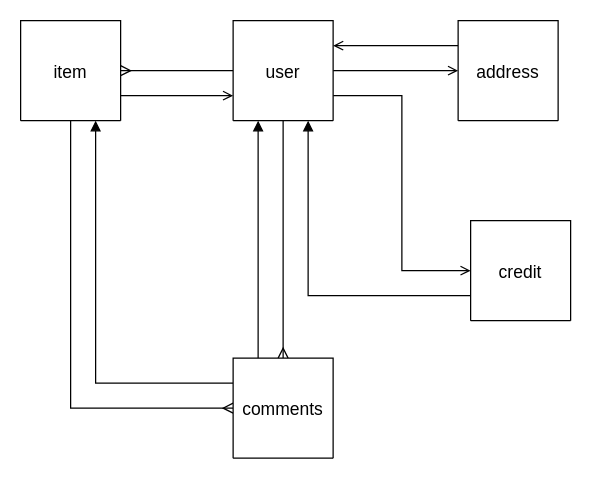
Before: test.dio in wagadayon/hurima-31900, a draw.io diagram. Source tidied: cells renumbered, new cells numbered last; positions are measured from the earlier drawing's top-left corner, leaving out a move shared by most shapes. Both pictures are drawn from the tidied source at 125%, with x=0, y=0 at pixel (20, 20).
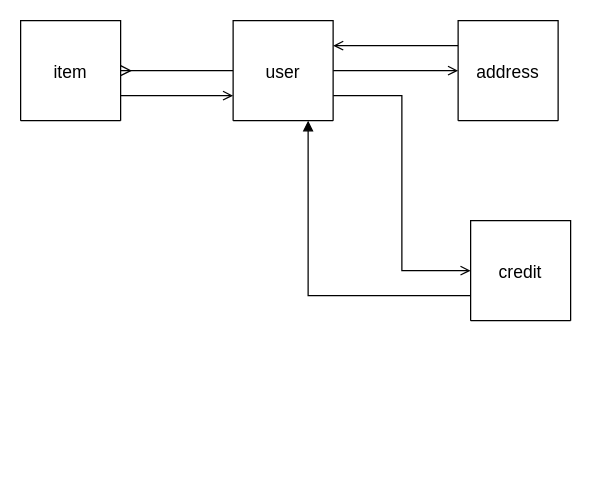
After the change.

What changed in the source:
```diff
@@
 <mxGraphModel>
   <root>
     <mxCell id="0" />
     <mxCell id="1" parent="0" />
     <mxCell id="2" style="edgeStyle=orthogonalEdgeStyle;rounded=0;jettySize=auto;html=1;exitX=0;exitY=0.5;exitDx=0;exitDy=0;entryX=1;entryY=0.5;entryDx=0;entryDy=0;endArrow=ERmany;endFill=0;" parent="1" edge="1" source="6" target="13">
       <mxGeometry relative="1" as="geometry" />
     </mxCell>
-    <mxCell id="3" style="edgeStyle=orthogonalEdgeStyle;rounded=0;jettySize=auto;html=1;exitX=0.5;exitY=1;exitDx=0;exitDy=0;entryX=0.5;entryY=0;entryDx=0;entryDy=0;endArrow=ERmany;endFill=0;" parent="1" edge="1" source="6" target="16">
+    <mxCell id="3" style="edgeStyle=orthogonalEdgeStyle;rounded=0;jettySize=auto;html=1;exitX=0.5;exitY=1;exitDx=0;exitDy=0;entryX=0.5;entryY=0;entryDx=0;entryDy=0;endArrow=ERmany;endFill=0;" parent="1" edge="1" source="6">
       <mxGeometry relative="1" as="geometry" />
     </mxCell>
     <mxCell id="4" style="edgeStyle=orthogonalEdgeStyle;rounded=0;jettySize=auto;html=1;exitX=1;exitY=0.5;exitDx=0;exitDy=0;entryX=0;entryY=0.5;entryDx=0;entryDy=0;endArrow=open;endFill=0;" parent="1" edge="1" source="6" target="8">
       <mxGeometry relative="1" as="geometry">
         <Array as="points">
           <mxPoint x="300" y="40" />
           <mxPoint x="300" y="40" />
         </Array>
       </mxGeometry>
     </mxCell>
     <mxCell id="5" style="edgeStyle=orthogonalEdgeStyle;rounded=0;jettySize=auto;html=1;exitX=1;exitY=0.75;exitDx=0;exitDy=0;entryX=0;entryY=0.5;entryDx=0;entryDy=0;endArrow=open;endFill=0;" parent="1" edge="1" source="6" target="10">
       <mxGeometry relative="1" as="geometry" />
     </mxCell>
     <mxCell id="6" value="user" style="swimlane;fontStyle=0;horizontal=1;startSize=80;align=center;fontSize=14;" parent="1" vertex="1" collapsed="1">
       <mxGeometry x="170" width="80" height="80" as="geometry" />
     </mxCell>
     <mxCell id="7" style="edgeStyle=orthogonalEdgeStyle;rounded=0;jettySize=auto;html=1;exitX=0;exitY=0.25;exitDx=0;exitDy=0;entryX=1;entryY=0.25;entryDx=0;entryDy=0;endArrow=open;endFill=0;" parent="1" edge="1" source="8" target="6">
       <mxGeometry relative="1" as="geometry" />
     </mxCell>
     <mxCell id="8" value="address" style="swimlane;fontStyle=0;horizontal=1;startSize=80;align=center;fontSize=14;" parent="1" vertex="1" collapsed="1">
       <mxGeometry x="350" width="80" height="80" as="geometry" />
     </mxCell>
     <mxCell id="9" style="edgeStyle=orthogonalEdgeStyle;rounded=0;jettySize=auto;html=1;exitX=0;exitY=0.75;exitDx=0;exitDy=0;entryX=0.75;entryY=1;entryDx=0;entryDy=0;endArrow=block;endFill=1;" parent="1" edge="1" source="10" target="6">
       <mxGeometry relative="1" as="geometry" />
     </mxCell>
     <mxCell id="10" value="credit" style="swimlane;fontStyle=0;horizontal=1;startSize=80;align=center;fontSize=14;" parent="1" vertex="1" collapsed="1">
       <mxGeometry x="360" y="160" width="80" height="80" as="geometry" />
     </mxCell>
     <mxCell id="11" style="edgeStyle=orthogonalEdgeStyle;rounded=0;jettySize=auto;html=1;exitX=1;exitY=0.75;exitDx=0;exitDy=0;entryX=0;entryY=0.75;entryDx=0;entryDy=0;endArrow=open;endFill=0;" parent="1" edge="1" source="13" target="6">
       <mxGeometry relative="1" as="geometry" />
     </mxCell>
-    <mxCell id="12" style="edgeStyle=orthogonalEdgeStyle;rounded=0;jettySize=auto;html=1;exitX=0.5;exitY=1;exitDx=0;exitDy=0;entryX=0;entryY=0.5;entryDx=0;entryDy=0;endArrow=ERmany;endFill=0;" parent="1" edge="1" source="13" target="16">
+    <mxCell id="12" style="edgeStyle=orthogonalEdgeStyle;rounded=0;jettySize=auto;html=1;exitX=0.5;exitY=1;exitDx=0;exitDy=0;entryX=0;entryY=0.5;entryDx=0;entryDy=0;endArrow=ERmany;endFill=0;" parent="1" edge="1" source="13">
       <mxGeometry relative="1" as="geometry" />
     </mxCell>
     <mxCell id="13" value="item" style="swimlane;fontStyle=0;horizontal=1;startSize=80;align=center;fontSize=14;" parent="1" vertex="1" collapsed="1">
       <mxGeometry width="80" height="80" as="geometry" />
     </mxCell>
-    <mxCell id="14" style="edgeStyle=orthogonalEdgeStyle;rounded=0;jettySize=auto;html=1;exitX=0.25;exitY=0;exitDx=0;exitDy=0;entryX=0.25;entryY=1;entryDx=0;entryDy=0;endArrow=block;endFill=1;" parent="1" edge="1" source="16" target="6">
+    <mxCell id="14" style="edgeStyle=orthogonalEdgeStyle;rounded=0;jettySize=auto;html=1;exitX=0.25;exitY=0;exitDx=0;exitDy=0;entryX=0.25;entryY=1;entryDx=0;entryDy=0;endArrow=block;endFill=1;" parent="1" edge="1" target="6">
       <mxGeometry relative="1" as="geometry" />
     </mxCell>
-    <mxCell id="15" style="edgeStyle=orthogonalEdgeStyle;rounded=0;jettySize=auto;html=1;exitX=0;exitY=0.25;exitDx=0;exitDy=0;entryX=0.75;entryY=1;entryDx=0;entryDy=0;endArrow=block;endFill=1;" parent="1" edge="1" source="16" target="13">
+    <mxCell id="15" style="edgeStyle=orthogonalEdgeStyle;rounded=0;jettySize=auto;html=1;exitX=0;exitY=0.25;exitDx=0;exitDy=0;entryX=0.75;entryY=1;entryDx=0;entryDy=0;endArrow=block;endFill=1;" parent="1" edge="1" target="13">
       <mxGeometry relative="1" as="geometry" />
     </mxCell>
-    <mxCell id="16" value="comments" style="swimlane;fontStyle=0;horizontal=1;startSize=80;align=center;fontSize=14;" parent="1" vertex="1" collapsed="1">
-      <mxGeometry x="170" y="270" width="80" height="80" as="geometry" />
-    </mxCell>
   </root>
 </mxGraphModel>
```
